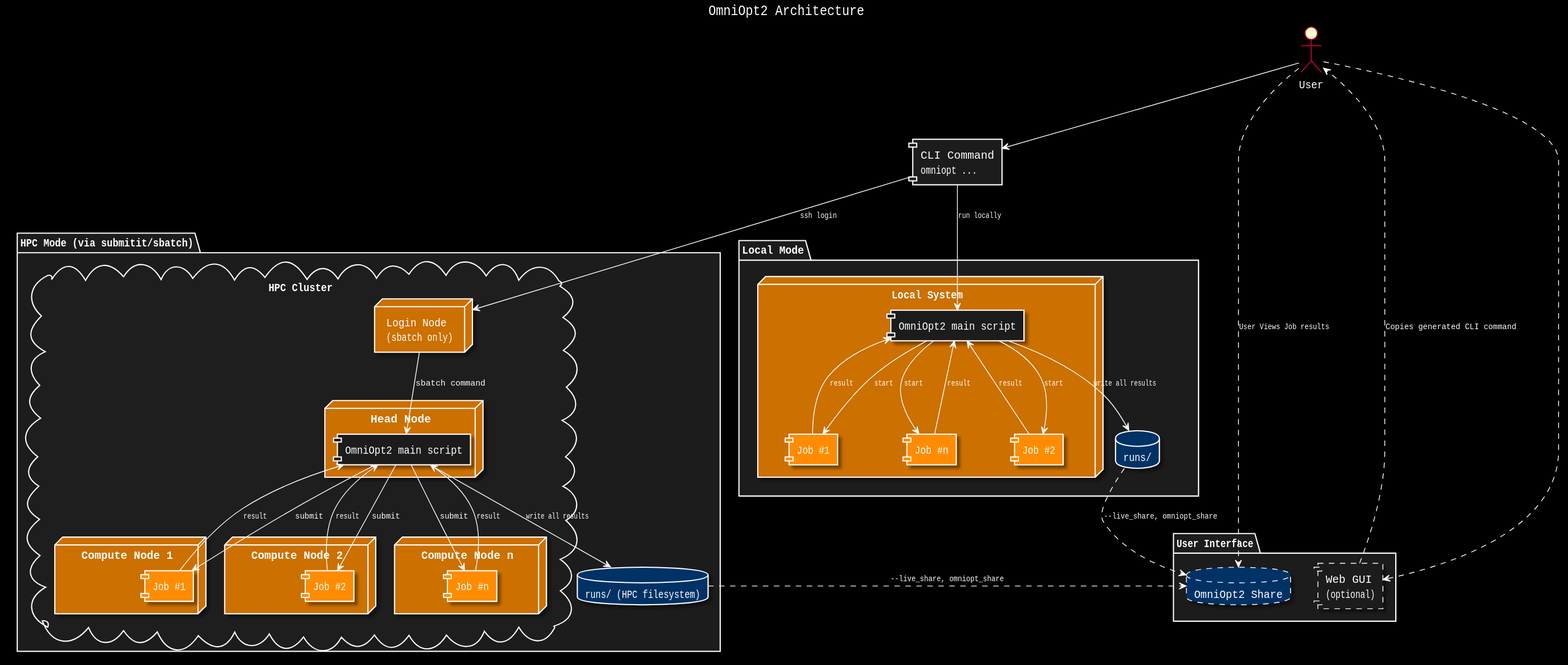
This is .gui/documentation/output_dark/architecture.svg from NormanTUD/OmniOpt, a PlantUML export, as it was before one commit.
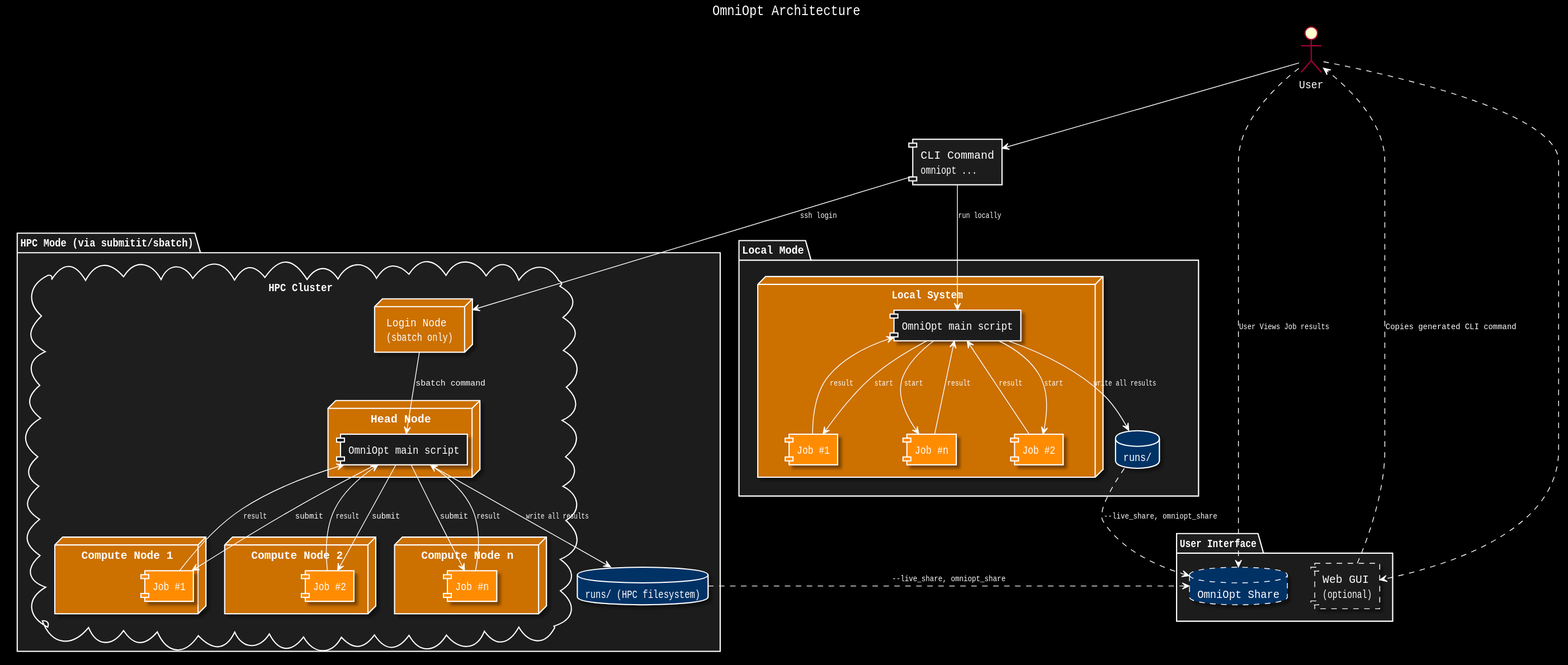
After the commit.

The edit, as a diff of the source:
```diff
@@ -27,11 +27,11 @@
 skinparam defaultFontName Monospace
 skinparam ArrowFontSize 11
 
-title OmniOpt2 Architecture
+title OmniOpt Architecture
 
 package "User Interface" {
   component "Web GUI\n(optional)" as GUI #line.dashed
-  database "OmniOpt2 Share" as Share #line.dashed
+  database "OmniOpt Share" as Share #line.dashed
 }
 
 component "CLI Command\nomniopt ..." as CLI
@@ -45,7 +45,7 @@
   database "runs/" as LocalRuns
 
   node "Local System" {
-    component "OmniOpt2 main script" as LocalCore
+    component "OmniOpt main script" as LocalCore
 
     component "Job #1" as LocalJob1 #FF8C00
     component "Job #2" as LocalJob2 #FF8C00
@@ -72,7 +72,7 @@
 
     node "Login Node\n(sbatch only)" as LoginNode
     node "Head Node" {
-      component "OmniOpt2 main script" as HPCMaster
+      component "OmniOpt main script" as HPCMaster
     }
     node "Compute Node 1" {
       component "Job #1" as HPCJob1 #FF8C00
```
